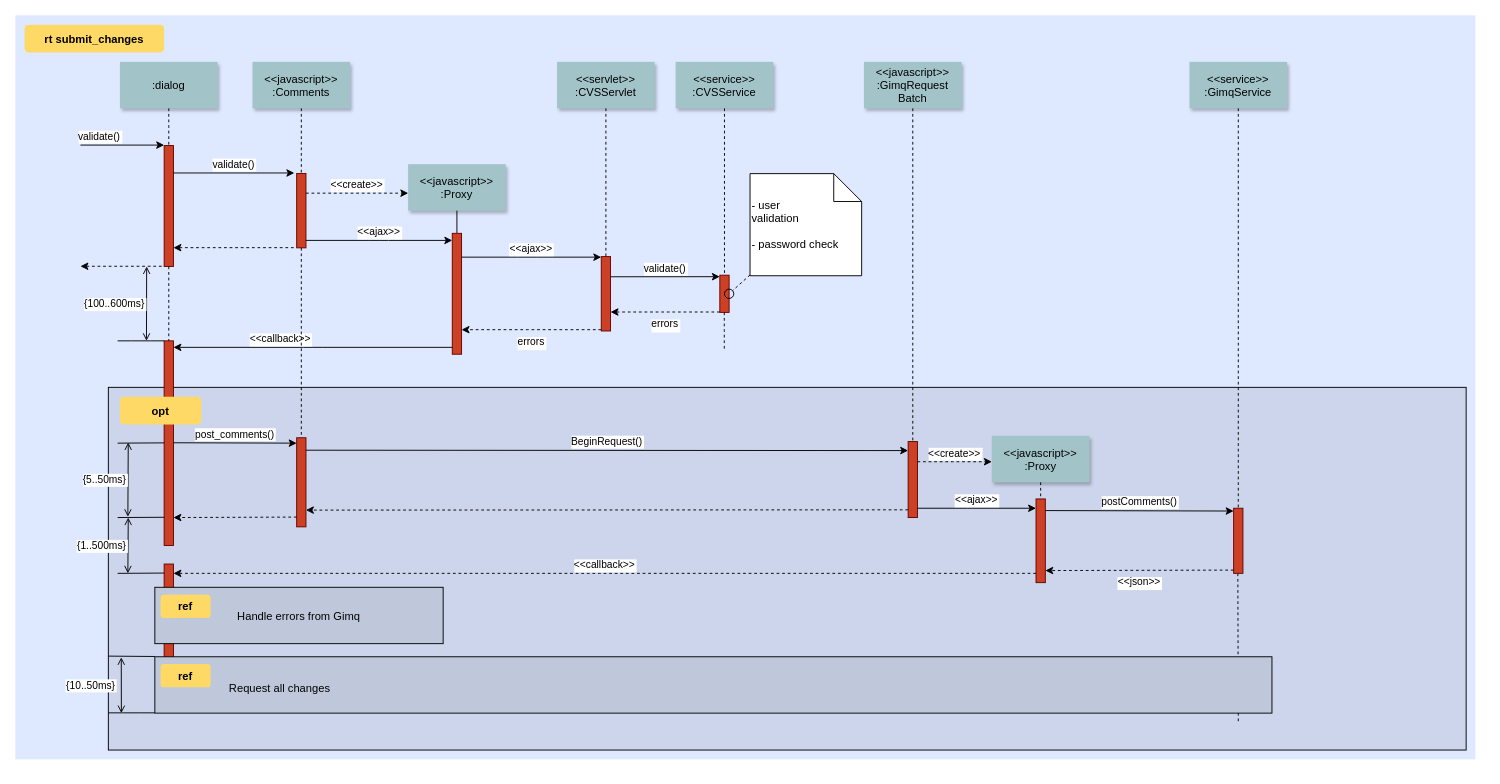
Above: 射击流图.drawio in WilsomLi/GameUML (draw.io), before the change. Source tidied: cells renumbered, new cells numbered last; positions are measured from the earlier drawing's top-left corner, leaving out a move shared by most shapes. Both pictures are drawn from the tidied source at 93%, with x=0, y=0 at pixel (15, 15).
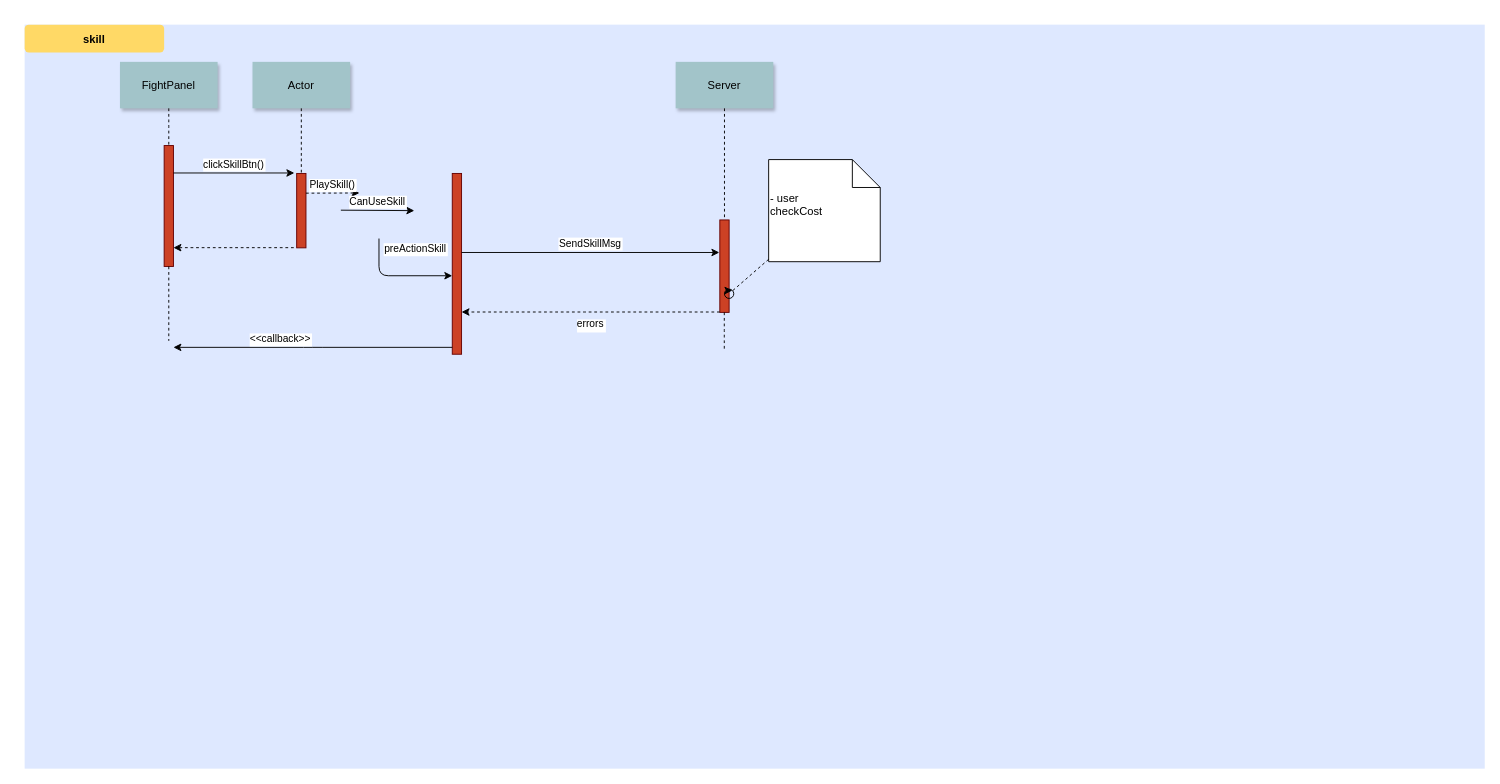
After the change.

Commit message:
更新射击流图.drawio

Unchanged cells that the change refers to:
```xml
<mxCell id="5" style="fillColor=#CC4125;strokeColor=#660000;" parent="1" vertex="1">
  <mxGeometry x="160" y="140" width="10" height="130" as="geometry" />
</mxCell>
<mxCell id="8" style="fillColor=#CC4125;strokeColor=#660000;" parent="1" vertex="1">
  <mxGeometry x="302.5" y="170" width="10" height="80" as="geometry" />
</mxCell>
<mxCell id="32" style="ellipse;fillColor=none;" parent="1" vertex="1">
  <mxGeometry x="762.5" y="294.4" width="10" height="10" as="geometry" />
</mxCell>
```

Diff of the diagram source:
```diff
@@
     <mxCell id="2" style="fillColor=#DEE8FF;strokeColor=none;" parent="1" vertex="1">
-      <mxGeometry width="1570" height="800" as="geometry" />
+      <mxGeometry x="10" y="10" width="1570" height="800" as="geometry" />
     </mxCell>
-    <mxCell id="3" style="fillColor=#CCD5EB;" parent="1" vertex="1">
-      <mxGeometry x="100" y="400" width="1460" height="390" as="geometry" />
-    </mxCell>
-    <mxCell id="4" style="edgeStyle=elbowEdgeStyle;elbow=horizontal;endArrow=none;dashed=1;" parent="1" edge="1">
-      <mxGeometry x="1460" y="437.9" as="geometry">
-        <mxPoint x="1314.5" y="600" as="sourcePoint" />
-        <mxPoint x="1314.5" y="760" as="targetPoint" />
-      </mxGeometry>
-    </mxCell>
@@
-    <mxCell id="6" value="validate()" style="edgeStyle=none;verticalLabelPosition=top;verticalAlign=bottom;labelPosition=left;align=right;" parent="1" edge="1">
-      <mxGeometry x="110" y="49.5" as="geometry">
-        <mxPoint x="70" y="139.5" as="sourcePoint" />
-        <mxPoint x="160" y="139.5" as="targetPoint" />
-      </mxGeometry>
-    </mxCell>
-    <mxCell id="7" value=":dialog" style="shadow=1;fillColor=#A2C4C9;strokeColor=none;" parent="1" vertex="1">
+    <mxCell id="7" value="FightPanel" style="shadow=1;fillColor=#A2C4C9;strokeColor=none;" parent="1" vertex="1">
       <mxGeometry x="112.5" y="50" width="105" height="50" as="geometry" />
     </mxCell>
@@
-    <mxCell id="9" value="&lt;&lt;javascript&gt;&gt;&#10;:Comments" style="shadow=1;fillColor=#A2C4C9;strokeColor=none;" parent="1" vertex="1">
+    <mxCell id="9" value="Actor" style="shadow=1;fillColor=#A2C4C9;strokeColor=none;" parent="1" vertex="1">
       <mxGeometry x="255" y="50" width="105" height="50" as="geometry" />
     </mxCell>
@@
-    <mxCell id="11" value="validate()" style="edgeStyle=none;verticalLabelPosition=top;verticalAlign=bottom;" parent="1" edge="1">
+    <mxCell id="11" value="clickSkillBtn()" style="edgeStyle=none;verticalLabelPosition=top;verticalAlign=bottom;" parent="1" edge="1">
       <mxGeometry x="220" y="92" as="geometry">
         <mxPoint x="170" y="169.5" as="sourcePoint" />
         <mxPoint x="300" y="169.5" as="targetPoint" />
       </mxGeometry>
     </mxCell>
@@
-    <mxCell id="13" style="edgeStyle=none;verticalLabelPosition=top;verticalAlign=bottom;labelPosition=left;align=right;endArrow=none;startArrow=classic;dashed=1;" parent="1" edge="1">
-      <mxGeometry x="110" y="179.8" as="geometry">
-        <mxPoint x="70" y="269.8" as="sourcePoint" />
-        <mxPoint x="160" y="269.8" as="targetPoint" />
-      </mxGeometry>
-    </mxCell>
-    <mxCell id="14" value="&lt;&lt;create&gt;&gt;" style="edgeStyle=none;verticalLabelPosition=top;verticalAlign=bottom;dashed=1;" parent="1" edge="1">
-      <mxGeometry x="385.5" y="113.9" as="geometry">
+    <mxCell id="14" value="PlaySkill()" style="edgeStyle=none;verticalLabelPosition=top;verticalAlign=bottom;dashed=1;" parent="1" edge="1">
+      <mxGeometry as="geometry">
         <mxPoint x="312.5" y="191.2" as="sourcePoint" />
-        <mxPoint x="422.5" y="191.2" as="targetPoint" />
+        <mxPoint x="370" y="191" as="targetPoint" />
       </mxGeometry>
     </mxCell>
-    <mxCell id="15" value="&lt;&lt;javascript&gt;&gt;&#10;:Proxy" style="shadow=1;fillColor=#A2C4C9;strokeColor=none;" parent="1" vertex="1">
-      <mxGeometry x="422.3" y="160" width="105" height="50" as="geometry" />
-    </mxCell>
-    <mxCell id="16" style="edgeStyle=none;endArrow=none;" parent="1" edge="1" source="15" target="17">
-      <mxGeometry x="437" y="270" as="geometry" />
-    </mxCell>
     <mxCell id="17" style="fillColor=#CC4125;strokeColor=#660000;" parent="1" vertex="1">
-      <mxGeometry x="469.8" y="234.4" width="10" height="130" as="geometry" />
+      <mxGeometry x="469.8" y="170" width="10" height="194.4" as="geometry" />
     </mxCell>
-    <mxCell id="18" value="&lt;&lt;ajax&gt;&gt;" style="edgeStyle=elbowEdgeStyle;elbow=vertical;verticalLabelPosition=top;verticalAlign=bottom;" parent="1" edge="1" source="8" target="17">
-      <mxGeometry x="350" y="290" as="geometry" />
+    <mxCell id="18" value="preActionSkill" style="edgeStyle=elbowEdgeStyle;elbow=vertical;verticalLabelPosition=top;verticalAlign=bottom;" parent="1" edge="1" target="17">
+      <mxGeometry as="geometry">
+        <mxPoint x="391" y="240" as="sourcePoint" />
+        <Array as="points">
+          <mxPoint x="530" y="280" />
+          <mxPoint x="460" y="240" />
+        </Array>
+      </mxGeometry>
     </mxCell>
-    <mxCell id="19" style="fillColor=#CC4125;strokeColor=#660000;" parent="1" vertex="1">
-      <mxGeometry x="630" y="259.4" width="10" height="80" as="geometry" />
-    </mxCell>
-    <mxCell id="20" value="&lt;&lt;servlet&gt;&gt;&#10;:CVSServlet" style="shadow=1;fillColor=#A2C4C9;strokeColor=none;" parent="1" vertex="1">
-      <mxGeometry x="582.5" y="50" width="105" height="50" as="geometry" />
-    </mxCell>
-    <mxCell id="21" style="edgeStyle=none;endArrow=none;dashed=1;" parent="1" edge="1" source="20" target="19">
-      <mxGeometry x="614.5" y="175" as="geometry" />
-    </mxCell>
-    <mxCell id="22" value="&lt;&lt;service&gt;&gt;&#10;:CVSService" style="shadow=1;fillColor=#A2C4C9;strokeColor=none;" parent="1" vertex="1">
+    <mxCell id="22" value="Server" style="shadow=1;fillColor=#A2C4C9;strokeColor=none;" parent="1" vertex="1">
       <mxGeometry x="710" y="50" width="105" height="50" as="geometry" />
     </mxCell>
@@
     <mxCell id="24" style="fillColor=#CC4125;strokeColor=#660000;" parent="1" vertex="1">
-      <mxGeometry x="757.5" y="279.4" width="10" height="40" as="geometry" />
+      <mxGeometry x="757.5" y="220" width="10" height="99.4" as="geometry" />
     </mxCell>
-    <mxCell id="25" value="&lt;&lt;ajax&gt;&gt;" style="edgeStyle=elbowEdgeStyle;elbow=vertical;verticalLabelPosition=top;verticalAlign=bottom;" parent="1" edge="1" source="17" target="19">
-      <mxGeometry x="540" y="270" as="geometry">
-        <Array as="points">
-          <mxPoint x="550" y="260" />
-        </Array>
-      </mxGeometry>
+    <mxCell id="25" value="SendSkillMsg" style="edgeStyle=elbowEdgeStyle;elbow=vertical;verticalLabelPosition=top;verticalAlign=bottom;entryX=-0.05;entryY=0.352;entryDx=0;entryDy=0;entryPerimeter=0;" parent="1" edge="1" source="17" target="24">
+      <mxGeometry x="540" y="270" as="geometry" />
     </mxCell>
-    <mxCell id="26" value="errors" style="edgeStyle=elbowEdgeStyle;elbow=vertical;dashed=1;verticalLabelPosition=bottom;verticalAlign=top;" parent="1" edge="1" source="19" target="17">
-      <mxGeometry x="550" y="280" as="geometry">
-        <Array as="points">
-          <mxPoint x="553" y="338" />
-        </Array>
-      </mxGeometry>
-    </mxCell>
-    <mxCell id="27" value="&lt;&lt;javascript&gt;&gt;&#10;:GimqRequest&#10;Batch" style="shadow=1;fillColor=#A2C4C9;strokeColor=none;" parent="1" vertex="1">
-      <mxGeometry x="912.5" y="50" width="105" height="50" as="geometry" />
-    </mxCell>
@@
-    <mxCell id="29" value="validate()" style="edgeStyle=elbowEdgeStyle;elbow=vertical;verticalLabelPosition=top;verticalAlign=bottom;" parent="1" edge="1">
-      <mxGeometry x="550" y="261.7" as="geometry">
-        <mxPoint x="640" y="281.1" as="sourcePoint" />
-        <mxPoint x="757.5" y="281.1" as="targetPoint" />
-      </mxGeometry>
-    </mxCell>
-    <mxCell id="30" value="errors" style="edgeStyle=elbowEdgeStyle;elbow=vertical;dashed=1;verticalLabelPosition=bottom;verticalAlign=top;" parent="1" edge="1">
+    <mxCell id="30" value="errors" style="edgeStyle=elbowEdgeStyle;elbow=vertical;dashed=1;verticalLabelPosition=bottom;verticalAlign=top;" parent="1" edge="1" target="17">
       <mxGeometry x="560" y="309.7" as="geometry">
         <mxPoint x="757.5" y="319" as="sourcePoint" />
-        <mxPoint x="640" y="319" as="targetPoint" />
       </mxGeometry>
     </mxCell>
@@
-    <mxCell id="33" value=" - user&#10; validation&#10;&#10; - password check" style="shape=note;align=left;" parent="1" vertex="1">
-      <mxGeometry x="790" y="170.2" width="120" height="109.8" as="geometry" />
+    <mxCell id="33" value=" - user&#10;checkCost&#10;" style="shape=note;align=left;" parent="1" vertex="1">
+      <mxGeometry x="810" y="155.1" width="120" height="109.8" as="geometry" />
     </mxCell>
@@
-    <mxCell id="35" style="fillColor=#CC4125;strokeColor=#660000;" parent="1" vertex="1">
-      <mxGeometry x="160" y="350" width="10" height="220" as="geometry" />
-    </mxCell>
-    <mxCell id="36" value="             &lt;&lt;callback&gt;&gt;                                " style="edgeStyle=elbowEdgeStyle;elbow=vertical;dashed=0;verticalLabelPosition=top;verticalAlign=bottom;align=right;" parent="1" edge="1" source="17" target="35">
-      <mxGeometry x="190" y="329.8" as="geometry" />
+    <mxCell id="36" value="             &lt;&lt;callback&gt;&gt;                                " style="edgeStyle=elbowEdgeStyle;elbow=vertical;dashed=0;verticalLabelPosition=top;verticalAlign=bottom;align=right;" parent="1" edge="1" source="17">
+      <mxGeometry x="190" y="329.8" as="geometry">
+        <mxPoint x="170" y="357" as="targetPoint" />
+      </mxGeometry>
     </mxCell>
-    <mxCell id="37" style="edgeStyle=none;dashed=1;endArrow=none;" parent="1" edge="1" source="5" target="35">
-      <mxGeometry x="50" y="300" as="geometry" />
+    <mxCell id="37" style="edgeStyle=none;dashed=1;endArrow=none;" parent="1" edge="1" source="5">
+      <mxGeometry x="50" y="300" as="geometry">
+        <mxPoint x="165" y="350" as="targetPoint" />
+      </mxGeometry>
     </mxCell>
-    <mxCell id="38" style="edgeStyle=elbowEdgeStyle;elbow=vertical;endArrow=none;" parent="1" edge="1" source="35">
-      <mxGeometry x="60" y="310" as="geometry">
-        <mxPoint x="110" y="350" as="targetPoint" />
-      </mxGeometry>
-    </mxCell>
-    <mxCell id="39" value="{100..600ms}" style="edgeStyle=elbowEdgeStyle;elbow=horizontal;startArrow=open;endArrow=open;labelPosition=left;align=right;" parent="1" edge="1">
-      <mxGeometry x="61.2" y="290" as="geometry">
-        <mxPoint x="141.2" y="270" as="sourcePoint" />
-        <mxPoint x="141.2" y="350" as="targetPoint" />
-      </mxGeometry>
-    </mxCell>
-    <mxCell id="40" style="fillColor=#CC4125;strokeColor=#660000;" parent="1" vertex="1">
-      <mxGeometry x="302.5" y="454.2" width="10" height="95.8" as="geometry" />
-    </mxCell>
-    <mxCell id="41" style="fillColor=#CC4125;strokeColor=#660000;" parent="1" vertex="1">
-      <mxGeometry x="960" y="458.3" width="10" height="81.7" as="geometry" />
-    </mxCell>
-    <mxCell id="42" style="edgeStyle=none;endArrow=none;dashed=1;" parent="1" edge="1" source="27" target="41">
-      <mxGeometry x="956.6" y="205" as="geometry" />
-    </mxCell>
-    <mxCell id="43" value="post_comments()" style="edgeStyle=elbowEdgeStyle;elbow=vertical;verticalLabelPosition=top;verticalAlign=bottom;" parent="1" edge="1">
-      <mxGeometry x="212.5" y="469.6" as="geometry">
-        <mxPoint x="170" y="459.6" as="sourcePoint" />
-        <mxPoint x="302.5" y="459.6" as="targetPoint" />
-      </mxGeometry>
-    </mxCell>
-    <mxCell id="44" style="edgeStyle=none;endArrow=none;dashed=1;" parent="1" edge="1" source="8" target="40">
-      <mxGeometry x="376.6" y="339.7" as="geometry" />
-    </mxCell>
-    <mxCell id="45" value="BeginRequest()" style="edgeStyle=elbowEdgeStyle;elbow=vertical;verticalLabelPosition=top;verticalAlign=bottom;" parent="1" edge="1">
-      <mxGeometry x="530" y="436.8" as="geometry">
-        <mxPoint x="312.5" y="467.6" as="sourcePoint" />
-        <mxPoint x="960" y="467.6" as="targetPoint" />
-      </mxGeometry>
-    </mxCell>
-    <mxCell id="46" style="edgeStyle=elbowEdgeStyle;elbow=vertical;dashed=1;verticalLabelPosition=bottom;verticalAlign=top;" parent="1" edge="1">
-      <mxGeometry x="530" y="549.1" as="geometry">
-        <mxPoint x="960" y="531.7" as="sourcePoint" />
-        <mxPoint x="312.5" y="531.7" as="targetPoint" />
-      </mxGeometry>
-    </mxCell>
-    <mxCell id="47" value="&lt;&lt;javascript&gt;&gt;&#10;:Proxy" style="shadow=1;fillColor=#A2C4C9;strokeColor=none;" parent="1" vertex="1">
-      <mxGeometry x="1050" y="452.1" width="105" height="50" as="geometry" />
-    </mxCell>
-    <mxCell id="48" style="edgeStyle=none;endArrow=none;dashed=1;" parent="1" edge="1" source="47" target="49">
-      <mxGeometry x="1204.1" y="380.1" as="geometry" />
-    </mxCell>
-    <mxCell id="49" style="fillColor=#CC4125;strokeColor=#660000;" parent="1" vertex="1">
-      <mxGeometry x="1097.5" y="520" width="10" height="90" as="geometry" />
-    </mxCell>
-    <mxCell id="50" style="fillColor=#CC4125;strokeColor=#660000;" parent="1" vertex="1">
-      <mxGeometry x="1310" y="530" width="10" height="70" as="geometry" />
-    </mxCell>
-    <mxCell id="51" value="&lt;&lt;create&gt;&gt;" style="edgeStyle=elbowEdgeStyle;elbow=vertical;verticalLabelPosition=top;verticalAlign=bottom;dashed=1;" parent="1" edge="1" source="41" target="47">
-      <mxGeometry x="901.2" y="322.5" as="geometry" />
-    </mxCell>
-    <mxCell id="52" value="&lt;&lt;ajax&gt;&gt;" style="edgeStyle=elbowEdgeStyle;elbow=vertical;verticalLabelPosition=top;verticalAlign=bottom;" parent="1" edge="1" source="41" target="49">
-      <mxGeometry x="1065" y="359.5" as="geometry" />
-    </mxCell>
-    <mxCell id="53" value="postComments()" style="edgeStyle=elbowEdgeStyle;elbow=vertical;verticalLabelPosition=top;verticalAlign=bottom;" parent="1" edge="1">
-      <mxGeometry x="1225" y="309.5" as="geometry">
-        <mxPoint x="1107.5" y="532.5" as="sourcePoint" />
-        <mxPoint x="1310" y="532.5" as="targetPoint" />
-      </mxGeometry>
-    </mxCell>
-    <mxCell id="54" value="&lt;&lt;json&gt;&gt;" style="edgeStyle=elbowEdgeStyle;elbow=vertical;dashed=1;verticalLabelPosition=bottom;verticalAlign=top;" parent="1" edge="1">
-      <mxGeometry x="1075" y="396" as="geometry">
-        <mxPoint x="1310" y="596.5" as="sourcePoint" />
-        <mxPoint x="1107.5" y="596.5" as="targetPoint" />
-      </mxGeometry>
-    </mxCell>
-    <mxCell id="55" value="&lt;&lt;service&gt;&gt;&#10;:GimqService" style="shadow=1;fillColor=#A2C4C9;strokeColor=none;" parent="1" vertex="1">
-      <mxGeometry x="1262.5" y="50" width="105" height="50" as="geometry" />
-    </mxCell>
-    <mxCell id="56" style="edgeStyle=none;endArrow=none;dashed=1;" parent="1" edge="1" source="55" target="50">
-      <mxGeometry x="1174.1" y="210" as="geometry" />
-    </mxCell>
-    <mxCell id="57" style="fillColor=#CC4125;strokeColor=#660000;" parent="1" vertex="1">
-      <mxGeometry x="160" y="590" width="10" height="130" as="geometry" />
-    </mxCell>
-    <mxCell id="58" style="edgeStyle=elbowEdgeStyle;elbow=vertical;dashed=1;verticalLabelPosition=bottom;verticalAlign=top;" parent="1" edge="1">
-      <mxGeometry x="507.5" y="664.3" as="geometry">
-        <mxPoint x="302.5" y="539.5" as="sourcePoint" />
-        <mxPoint x="170" y="539.5" as="targetPoint" />
-      </mxGeometry>
-    </mxCell>
-    <mxCell id="59" value="&lt;&lt;callback&gt;&gt;" style="edgeStyle=elbowEdgeStyle;elbow=vertical;dashed=1;verticalLabelPosition=bottom;verticalAlign=bottom;" parent="1" edge="1" source="49" target="57">
-      <mxGeometry x="540" y="559.1" as="geometry" />
-    </mxCell>
-    <mxCell id="60" value="rt submit_changes" style="rounded=1;fontStyle=1;fillColor=#FFD966;strokeColor=none;" parent="1" vertex="1">
+    <mxCell id="60" value="skill" style="rounded=1;fontStyle=1;fillColor=#FFD966;strokeColor=none;" parent="1" vertex="1">
       <mxGeometry x="10" y="10" width="150" height="30" as="geometry" />
     </mxCell>
-    <mxCell id="61" value="opt" style="rounded=1;fontStyle=1;fillColor=#FFD966;strokeColor=none;" parent="1" vertex="1">
-      <mxGeometry x="112.5" y="410" width="87.5" height="30" as="geometry" />
-    </mxCell>
-    <mxCell id="62" value="Handle errors from Gimq" style="fillColor=#BFC8DB;" parent="1" vertex="1">
-      <mxGeometry x="150" y="615" width="310" height="60.6" as="geometry" />
-    </mxCell>
-    <mxCell id="63" value="ref" style="rounded=1;fontStyle=1;fillColor=#FFD966;strokeColor=none;" parent="1" vertex="1">
-      <mxGeometry x="156.2" y="622.9" width="53.8" height="25" as="geometry" />
-    </mxCell>
-    <mxCell id="64" style="align=left;fillColor=#BFC8DB;" parent="1" vertex="1">
-      <mxGeometry x="150" y="689.7" width="1201.2" height="60.6" as="geometry" />
-    </mxCell>
-    <mxCell id="65" value="ref" style="rounded=1;fontStyle=1;fillColor=#FFD966;strokeColor=none;" parent="1" vertex="1">
-      <mxGeometry x="156.2" y="697.6" width="53.8" height="25" as="geometry" />
-    </mxCell>
-    <mxCell id="66" value="Request all changes" style="text;align=left;" parent="1" vertex="1">
-      <mxGeometry x="228.1" y="710.1" width="351.8" height="26" as="geometry" />
-    </mxCell>
-    <mxCell id="67" style="edgeStyle=elbowEdgeStyle;elbow=vertical;endArrow=none;" parent="1" edge="1">
-      <mxGeometry x="60" y="419.7" as="geometry">
-        <mxPoint x="160" y="459.7" as="sourcePoint" />
-        <mxPoint x="110" y="459.7" as="targetPoint" />
-      </mxGeometry>
-    </mxCell>
-    <mxCell id="68" style="edgeStyle=elbowEdgeStyle;elbow=vertical;endArrow=none;" parent="1" edge="1">
-      <mxGeometry x="60" y="499.7" as="geometry">
-        <mxPoint x="160" y="539.7" as="sourcePoint" />
-        <mxPoint x="110" y="539.7" as="targetPoint" />
-      </mxGeometry>
-    </mxCell>
-    <mxCell id="69" style="edgeStyle=elbowEdgeStyle;elbow=vertical;endArrow=none;" parent="1" edge="1">
-      <mxGeometry x="60" y="559.7" as="geometry">
-        <mxPoint x="160" y="599.7" as="sourcePoint" />
-        <mxPoint x="110" y="599.7" as="targetPoint" />
-      </mxGeometry>
-    </mxCell>
-    <mxCell id="70" style="edgeStyle=elbowEdgeStyle;elbow=vertical;endArrow=none;" parent="1" edge="1">
-      <mxGeometry x="50" y="649.4" as="geometry">
-        <mxPoint x="150" y="689.4" as="sourcePoint" />
-        <mxPoint x="100" y="689.4" as="targetPoint" />
-      </mxGeometry>
-    </mxCell>
-    <mxCell id="71" style="edgeStyle=elbowEdgeStyle;elbow=vertical;endArrow=none;" parent="1" edge="1">
-      <mxGeometry x="50" y="710" as="geometry">
-        <mxPoint x="150" y="750" as="sourcePoint" />
-        <mxPoint x="100" y="750" as="targetPoint" />
-      </mxGeometry>
-    </mxCell>
-    <mxCell id="72" value="{5..50ms}" style="edgeStyle=elbowEdgeStyle;elbow=horizontal;startArrow=open;endArrow=open;labelPosition=left;align=right;" parent="1" edge="1">
-      <mxGeometry x="41.4" y="479.2" as="geometry">
-        <mxPoint x="121.4" y="459.2" as="sourcePoint" />
-        <mxPoint x="121.4" y="539.2" as="targetPoint" />
-      </mxGeometry>
-    </mxCell>
-    <mxCell id="73" value="{1..500ms}" style="edgeStyle=elbowEdgeStyle;elbow=horizontal;startArrow=open;endArrow=open;labelPosition=left;align=right;" parent="1" edge="1">
-      <mxGeometry x="42.9" y="560" as="geometry">
-        <mxPoint x="121.4" y="540" as="sourcePoint" />
-        <mxPoint x="121.4" y="600" as="targetPoint" />
-      </mxGeometry>
-    </mxCell>
-    <mxCell id="74" value="{10..50ms}" style="edgeStyle=elbowEdgeStyle;elbow=horizontal;startArrow=open;endArrow=open;labelPosition=left;align=right;" parent="1" edge="1">
-      <mxGeometry as="geometry">
-        <mxPoint x="113.9" y="690.3" as="sourcePoint" />
-        <mxPoint x="113.9" y="750.3" as="targetPoint" />
-        <mxPoint x="-4.2" y="-0.3" as="offset" />
-      </mxGeometry>
-    </mxCell>
+    <mxCell id="75" style="edgeStyle=orthogonalEdgeStyle;rounded=0;orthogonalLoop=1;jettySize=auto;html=1;exitX=0;exitY=0;exitDx=0;exitDy=0;entryX=1;entryY=0;entryDx=0;entryDy=0;" parent="1" edge="1" source="32" target="32">
+      <mxGeometry relative="1" as="geometry" />
+    </mxCell>
+    <mxCell id="76" value="CanUseSkill" style="edgeStyle=elbowEdgeStyle;elbow=vertical;verticalLabelPosition=top;verticalAlign=bottom;" parent="1" edge="1">
+      <mxGeometry as="geometry">
+        <mxPoint x="350" y="209.5" as="sourcePoint" />
+        <mxPoint x="429" y="209.5" as="targetPoint" />
+      </mxGeometry>
+    </mxCell>
```
